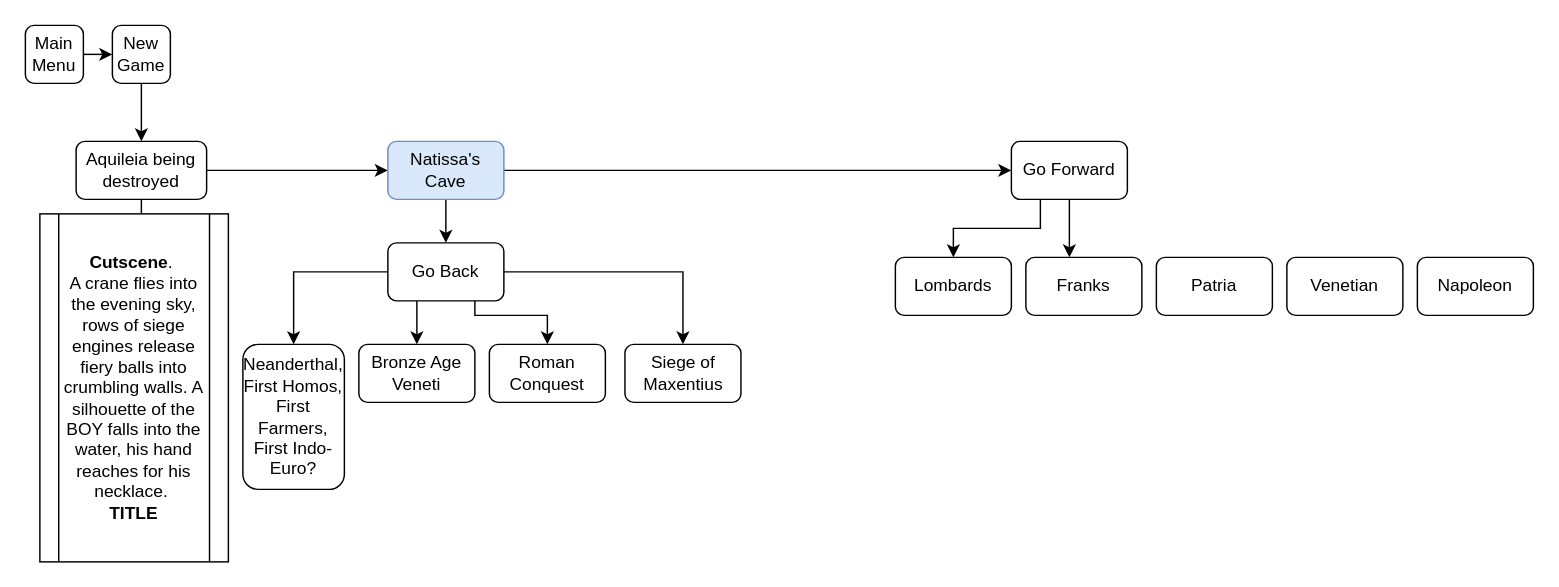
The draw.io diagram page "Narrative" (1 of 2) of Untitled Diagram.drawio in SpencerChamp/akileia, before the edit. Source tidied: cells renumbered, new cells numbered last; positions are measured from the earlier drawing's top-left corner, leaving out a move shared by most shapes. Both pictures are drawn from the tidied source at 145%, with x=0, y=0 at pixel (25, 25).
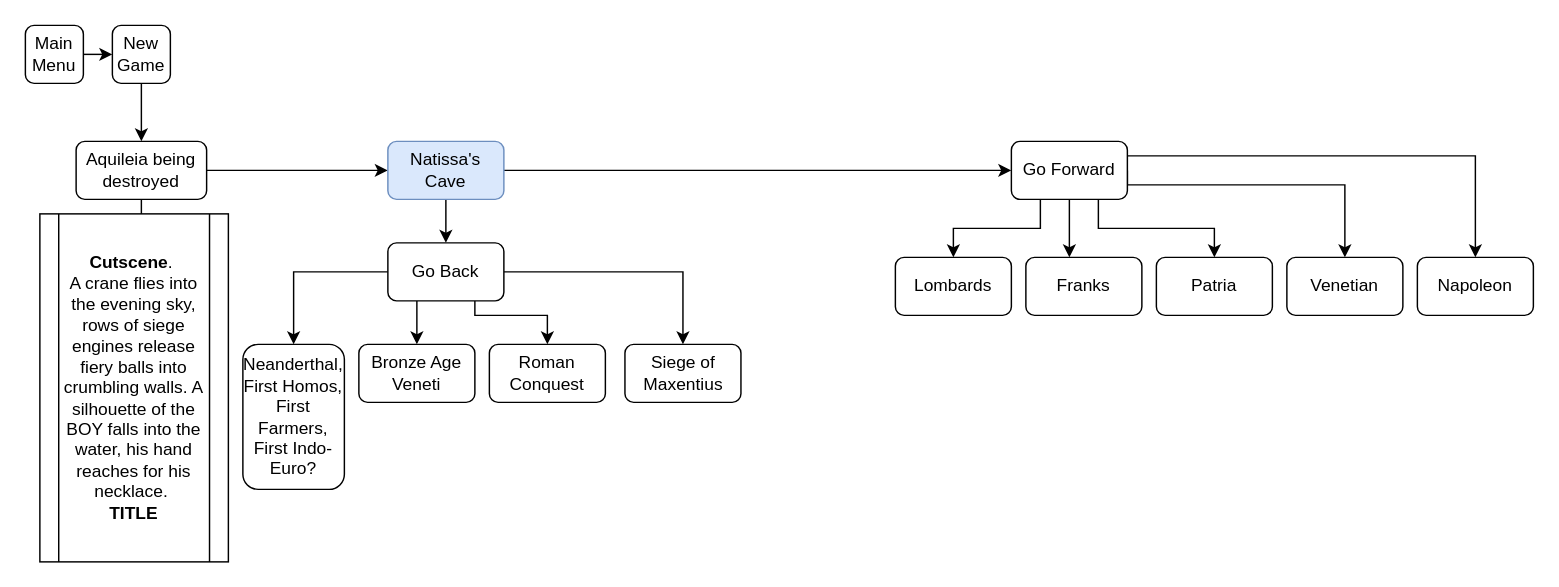
The same diagram, later.

The change refers to these unchanged cells:
```xml
<mxCell id="20" value="Go Forward" style="rounded=1;whiteSpace=wrap;html=1;" parent="1" vertex="1">
  <mxGeometry x="680" y="80" width="80" height="40" as="geometry" />
</mxCell>
<mxCell id="28" value="Patria" style="rounded=1;whiteSpace=wrap;html=1;" parent="1" vertex="1">
  <mxGeometry x="780" y="160" width="80" height="40" as="geometry" />
</mxCell>
<mxCell id="29" value="Venetian" style="rounded=1;whiteSpace=wrap;html=1;" parent="1" vertex="1">
  <mxGeometry x="870" y="160" width="80" height="40" as="geometry" />
</mxCell>
<mxCell id="30" value="Napoleon" style="rounded=1;whiteSpace=wrap;html=1;" parent="1" vertex="1">
  <mxGeometry x="960" y="160" width="80" height="40" as="geometry" />
</mxCell>
```

Diff of the diagram source:
```diff
@@
+    <mxCell id="31" style="edgeStyle=orthogonalEdgeStyle;rounded=0;jettySize=auto;html=1;exitX=0.75;exitY=1;exitDx=0;exitDy=0;entryX=0.5;entryY=0;entryDx=0;entryDy=0;" parent="1" edge="1" source="20" target="28">
+      <mxGeometry relative="1" as="geometry" />
+    </mxCell>
+    <mxCell id="32" style="edgeStyle=orthogonalEdgeStyle;rounded=0;jettySize=auto;html=1;exitX=1;exitY=0.5;exitDx=0;exitDy=0;" parent="1" edge="1" source="20" target="29">
+      <mxGeometry relative="1" as="geometry">
+        <Array as="points">
+          <mxPoint x="760" y="110" />
+          <mxPoint x="910" y="110" />
+        </Array>
+      </mxGeometry>
+    </mxCell>
+    <mxCell id="33" style="edgeStyle=orthogonalEdgeStyle;rounded=0;jettySize=auto;html=1;exitX=1;exitY=0.25;exitDx=0;exitDy=0;" parent="1" edge="1" source="20" target="30">
+      <mxGeometry relative="1" as="geometry" />
+    </mxCell>
```
